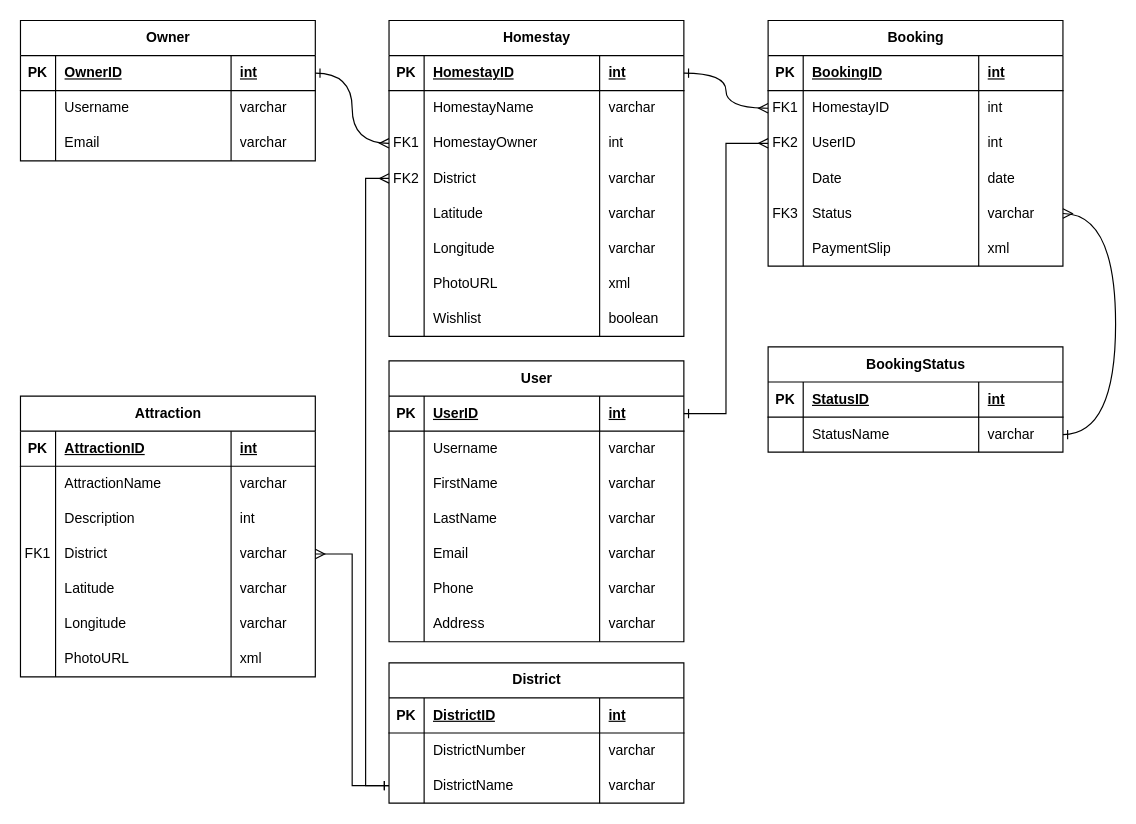
Earlier version of the draw.io diagram Untitled Diagram.drawio (thunwara/BanPinExploreDocument). Source tidied: cells renumbered, new cells numbered last; positions are measured from the earlier drawing's top-left corner, leaving out a move shared by most shapes. Both pictures are drawn from the tidied source at 117%, with x=0, y=0 at pixel (20, 20).
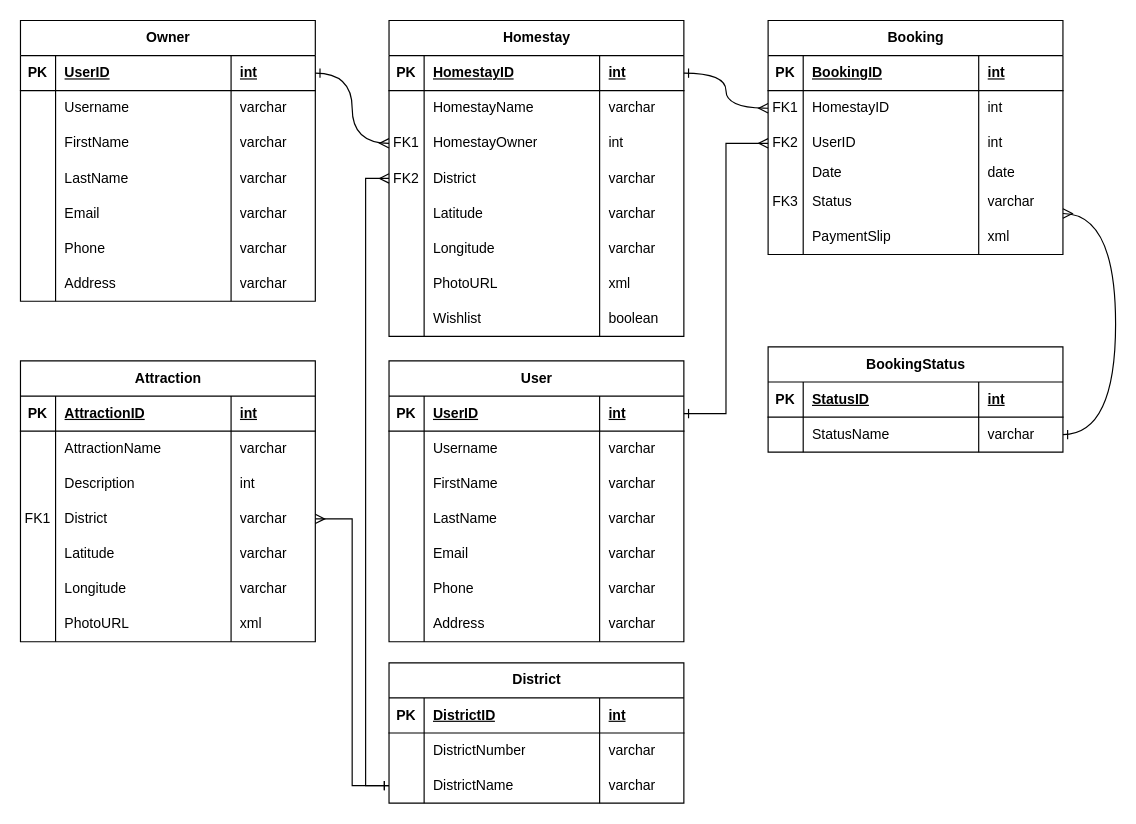
The same diagram, later.

What changed in the source:
```diff
@@
     <mxCell id="35" value="Booking" style="shape=table;startSize=30;childLayout=tableLayout;rowLines=0;fontStyle=1;align=center;html=1;" parent="1" vertex="1">
-      <mxGeometry x="639" width="252" height="210" as="geometry" />
+      <mxGeometry x="639" width="252" height="200" as="geometry" />
     </mxCell>
@@
     <mxCell id="48" style="shape=tableRow;horizontal=0;startSize=0;swimlaneHead=0;swimlaneBody=0;fillColor=none;top=0;left=0;right=0;bottom=0;" parent="35" vertex="1">
-      <mxGeometry y="120" width="252" height="30" as="geometry" />
+      <mxGeometry y="120" width="252" height="20" as="geometry" />
     </mxCell>
     <mxCell id="49" style="shape=partialRectangle;fillColor=none;top=0;left=0;bottom=0;right=0;overflow=hidden;whiteSpace=wrap;html=1;" parent="48" vertex="1">
-      <mxGeometry width="30" height="30" as="geometry" />
+      <mxGeometry width="30" height="20" as="geometry" />
     </mxCell>
     <mxCell id="50" value="Date" style="shape=partialRectangle;fillColor=none;top=0;left=0;bottom=0;right=0;align=left;spacingLeft=6;overflow=hidden;whiteSpace=wrap;html=1;" parent="48" vertex="1">
-      <mxGeometry x="30" width="150" height="30" as="geometry" />
+      <mxGeometry x="30" width="150" height="20" as="geometry" />
     </mxCell>
     <mxCell id="51" value="date" style="shape=partialRectangle;fillColor=none;top=0;left=0;bottom=0;right=0;align=left;spacingLeft=6;overflow=hidden;whiteSpace=wrap;html=1;" parent="48" vertex="1">
-      <mxGeometry x="180" width="72" height="30" as="geometry" />
+      <mxGeometry x="180" width="72" height="20" as="geometry" />
     </mxCell>
     <mxCell id="52" style="shape=tableRow;horizontal=0;startSize=0;swimlaneHead=0;swimlaneBody=0;fillColor=none;points=[[0,0.5],[1,0.5]];portConstraint=eastwest;top=0;left=0;right=0;bottom=0;" parent="35" vertex="1">
-      <mxGeometry y="150" width="252" height="30" as="geometry" />
+      <mxGeometry y="140" width="252" height="30" as="geometry" />
     </mxCell>
@@
     <mxCell id="56" style="shape=tableRow;horizontal=0;startSize=0;swimlaneHead=0;swimlaneBody=0;fillColor=none;top=0;left=0;right=0;bottom=0;" parent="35" vertex="1">
-      <mxGeometry y="180" width="252" height="30" as="geometry" />
+      <mxGeometry y="170" width="252" height="30" as="geometry" />
     </mxCell>
@@
     <mxCell id="60" value="Attraction" style="shape=table;startSize=30;childLayout=tableLayout;rowLines=0;fontStyle=1;align=center;html=1;" parent="1" vertex="1">
-      <mxGeometry y="321" width="252" height="240" as="geometry" />
+      <mxGeometry y="291" width="252" height="240" as="geometry" />
     </mxCell>
@@
-    <mxCell id="89" value="Owner" style="shape=table;startSize=30;childLayout=tableLayout;rowLines=0;fontStyle=1;align=center;html=1;" parent="1" vertex="1">
-      <mxGeometry width="252" height="120" as="geometry" />
-    </mxCell>
-    <mxCell id="90" style="shape=tableRow;horizontal=0;startSize=0;swimlaneHead=0;swimlaneBody=0;fillColor=none;points=[[0,0.5],[1,0.5]];portConstraint=eastwest;top=0;left=0;right=0;bottom=1;" parent="89" vertex="1">
-      <mxGeometry y="30" width="252" height="30" as="geometry" />
-    </mxCell>
-    <mxCell id="91" value="PK" style="shape=partialRectangle;fillColor=none;top=0;left=0;bottom=0;right=0;fontStyle=1;overflow=hidden;whiteSpace=wrap;html=1;" parent="90" vertex="1">
-      <mxGeometry width="30" height="30" as="geometry" />
-    </mxCell>
-    <mxCell id="92" value="OwnerID" style="shape=partialRectangle;fillColor=none;top=0;left=0;bottom=0;right=0;align=left;spacingLeft=6;fontStyle=5;overflow=hidden;whiteSpace=wrap;html=1;" parent="90" vertex="1">
-      <mxGeometry x="30" width="150" height="30" as="geometry" />
-    </mxCell>
-    <mxCell id="93" value="int" style="shape=partialRectangle;fillColor=none;top=0;left=0;bottom=0;right=0;align=left;spacingLeft=6;fontStyle=5;overflow=hidden;whiteSpace=wrap;html=1;" parent="90" vertex="1">
-      <mxGeometry x="180" width="72" height="30" as="geometry" />
-    </mxCell>
-    <mxCell id="94" style="shape=tableRow;horizontal=0;startSize=0;swimlaneHead=0;swimlaneBody=0;fillColor=none;top=0;left=0;right=0;bottom=0;" parent="89" vertex="1">
-      <mxGeometry y="60" width="252" height="30" as="geometry" />
-    </mxCell>
-    <mxCell id="95" style="shape=partialRectangle;fillColor=none;top=0;left=0;bottom=0;right=0;overflow=hidden;whiteSpace=wrap;html=1;" parent="94" vertex="1">
-      <mxGeometry width="30" height="30" as="geometry" />
-    </mxCell>
-    <mxCell id="96" value="Username" style="shape=partialRectangle;fillColor=none;top=0;left=0;bottom=0;right=0;align=left;spacingLeft=6;overflow=hidden;whiteSpace=wrap;html=1;" parent="94" vertex="1">
-      <mxGeometry x="30" width="150" height="30" as="geometry" />
-    </mxCell>
-    <mxCell id="97" value="varchar" style="shape=partialRectangle;fillColor=none;top=0;left=0;bottom=0;right=0;align=left;spacingLeft=6;overflow=hidden;whiteSpace=wrap;html=1;" parent="94" vertex="1">
-      <mxGeometry x="180" width="72" height="30" as="geometry" />
-    </mxCell>
-    <mxCell id="98" style="shape=tableRow;horizontal=0;startSize=0;swimlaneHead=0;swimlaneBody=0;fillColor=none;top=0;left=0;right=0;bottom=0;" parent="89" vertex="1">
-      <mxGeometry y="90" width="252" height="30" as="geometry" />
-    </mxCell>
-    <mxCell id="99" style="shape=partialRectangle;fillColor=none;top=0;left=0;bottom=0;right=0;overflow=hidden;whiteSpace=wrap;html=1;" parent="98" vertex="1">
-      <mxGeometry width="30" height="30" as="geometry" />
-    </mxCell>
-    <mxCell id="100" value="Email" style="shape=partialRectangle;fillColor=none;top=0;left=0;bottom=0;right=0;align=left;spacingLeft=6;overflow=hidden;whiteSpace=wrap;html=1;" parent="98" vertex="1">
-      <mxGeometry x="30" width="150" height="30" as="geometry" />
-    </mxCell>
-    <mxCell id="101" value="varchar" style="shape=partialRectangle;fillColor=none;top=0;left=0;bottom=0;right=0;align=left;spacingLeft=6;overflow=hidden;whiteSpace=wrap;html=1;" parent="98" vertex="1">
-      <mxGeometry x="180" width="72" height="30" as="geometry" />
-    </mxCell>
@@
+    <mxCell id="89" value="Owner" style="shape=table;startSize=30;childLayout=tableLayout;rowLines=0;fontStyle=1;align=center;html=1;" parent="1" vertex="1">
+      <mxGeometry width="252" height="240" as="geometry" />
+    </mxCell>
+    <mxCell id="90" style="shape=tableRow;horizontal=0;startSize=0;swimlaneHead=0;swimlaneBody=0;fillColor=none;points=[[0,0.5],[1,0.5]];portConstraint=eastwest;top=0;left=0;right=0;bottom=1;" parent="89" vertex="1">
+      <mxGeometry y="30" width="252" height="30" as="geometry" />
+    </mxCell>
+    <mxCell id="91" value="PK" style="shape=partialRectangle;fillColor=none;top=0;left=0;bottom=0;right=0;fontStyle=1;overflow=hidden;whiteSpace=wrap;html=1;" parent="90" vertex="1">
+      <mxGeometry width="30" height="30" as="geometry" />
+    </mxCell>
+    <mxCell id="159" value="UserID" style="shape=partialRectangle;fillColor=none;top=0;left=0;bottom=0;right=0;align=left;spacingLeft=6;fontStyle=5;overflow=hidden;whiteSpace=wrap;html=1;" parent="90" vertex="1">
+      <mxGeometry x="30" width="150" height="30" as="geometry" />
+    </mxCell>
+    <mxCell id="93" value="int" style="shape=partialRectangle;fillColor=none;top=0;left=0;bottom=0;right=0;align=left;spacingLeft=6;fontStyle=5;overflow=hidden;whiteSpace=wrap;html=1;" parent="90" vertex="1">
+      <mxGeometry x="180" width="72" height="30" as="geometry" />
+    </mxCell>
+    <mxCell id="94" style="shape=tableRow;horizontal=0;startSize=0;swimlaneHead=0;swimlaneBody=0;fillColor=none;top=0;left=0;right=0;bottom=0;" parent="89" vertex="1">
+      <mxGeometry y="60" width="252" height="30" as="geometry" />
+    </mxCell>
+    <mxCell id="160" style="shape=partialRectangle;fillColor=none;top=0;left=0;bottom=0;right=0;overflow=hidden;whiteSpace=wrap;html=1;" parent="94" vertex="1">
+      <mxGeometry width="30" height="30" as="geometry" />
+    </mxCell>
+    <mxCell id="96" value="Username" style="shape=partialRectangle;fillColor=none;top=0;left=0;bottom=0;right=0;align=left;spacingLeft=6;overflow=hidden;whiteSpace=wrap;html=1;" parent="94" vertex="1">
+      <mxGeometry x="30" width="150" height="30" as="geometry" />
+    </mxCell>
+    <mxCell id="161" value="varchar" style="shape=partialRectangle;fillColor=none;top=0;left=0;bottom=0;right=0;align=left;spacingLeft=6;overflow=hidden;whiteSpace=wrap;html=1;" parent="94" vertex="1">
+      <mxGeometry x="180" width="72" height="30" as="geometry" />
+    </mxCell>
+    <mxCell id="98" style="shape=tableRow;horizontal=0;startSize=0;swimlaneHead=0;swimlaneBody=0;fillColor=none;top=0;left=0;right=0;bottom=0;" parent="89" vertex="1">
+      <mxGeometry y="90" width="252" height="30" as="geometry" />
+    </mxCell>
+    <mxCell id="162" style="shape=partialRectangle;fillColor=none;top=0;left=0;bottom=0;right=0;overflow=hidden;whiteSpace=wrap;html=1;" parent="98" vertex="1">
+      <mxGeometry width="30" height="30" as="geometry" />
+    </mxCell>
+    <mxCell id="163" value="FirstName" style="shape=partialRectangle;fillColor=none;top=0;left=0;bottom=0;right=0;align=left;spacingLeft=6;overflow=hidden;whiteSpace=wrap;html=1;" parent="98" vertex="1">
+      <mxGeometry x="30" width="150" height="30" as="geometry" />
+    </mxCell>
+    <mxCell id="164" value="varchar" style="shape=partialRectangle;fillColor=none;top=0;left=0;bottom=0;right=0;align=left;spacingLeft=6;overflow=hidden;whiteSpace=wrap;html=1;" parent="98" vertex="1">
+      <mxGeometry x="180" width="72" height="30" as="geometry" />
+    </mxCell>
+    <mxCell id="165" style="shape=tableRow;horizontal=0;startSize=0;swimlaneHead=0;swimlaneBody=0;fillColor=none;top=0;left=0;right=0;bottom=0;" parent="89" vertex="1">
+      <mxGeometry y="120" width="252" height="30" as="geometry" />
+    </mxCell>
+    <mxCell id="166" style="shape=partialRectangle;fillColor=none;top=0;left=0;bottom=0;right=0;overflow=hidden;whiteSpace=wrap;html=1;" parent="165" vertex="1">
+      <mxGeometry width="30" height="30" as="geometry" />
+    </mxCell>
+    <mxCell id="167" value="LastName" style="shape=partialRectangle;fillColor=none;top=0;left=0;bottom=0;right=0;align=left;spacingLeft=6;overflow=hidden;whiteSpace=wrap;html=1;" parent="165" vertex="1">
+      <mxGeometry x="30" width="150" height="30" as="geometry" />
+    </mxCell>
+    <mxCell id="168" value="varchar" style="shape=partialRectangle;fillColor=none;top=0;left=0;bottom=0;right=0;align=left;spacingLeft=6;overflow=hidden;whiteSpace=wrap;html=1;" parent="165" vertex="1">
+      <mxGeometry x="180" width="72" height="30" as="geometry" />
+    </mxCell>
+    <mxCell id="169" style="shape=tableRow;horizontal=0;startSize=0;swimlaneHead=0;swimlaneBody=0;fillColor=none;top=0;left=0;right=0;bottom=0;" parent="89" vertex="1">
+      <mxGeometry y="150" width="252" height="30" as="geometry" />
+    </mxCell>
+    <mxCell id="170" style="shape=partialRectangle;fillColor=none;top=0;left=0;bottom=0;right=0;overflow=hidden;whiteSpace=wrap;html=1;" parent="169" vertex="1">
+      <mxGeometry width="30" height="30" as="geometry" />
+    </mxCell>
+    <mxCell id="100" value="Email" style="shape=partialRectangle;fillColor=none;top=0;left=0;bottom=0;right=0;align=left;spacingLeft=6;overflow=hidden;whiteSpace=wrap;html=1;" parent="169" vertex="1">
+      <mxGeometry x="30" width="150" height="30" as="geometry" />
+    </mxCell>
+    <mxCell id="171" value="varchar" style="shape=partialRectangle;fillColor=none;top=0;left=0;bottom=0;right=0;align=left;spacingLeft=6;overflow=hidden;whiteSpace=wrap;html=1;" parent="169" vertex="1">
+      <mxGeometry x="180" width="72" height="30" as="geometry" />
+    </mxCell>
+    <mxCell id="172" style="shape=tableRow;horizontal=0;startSize=0;swimlaneHead=0;swimlaneBody=0;fillColor=none;top=0;left=0;right=0;bottom=0;" parent="89" vertex="1">
+      <mxGeometry y="180" width="252" height="30" as="geometry" />
+    </mxCell>
+    <mxCell id="173" style="shape=partialRectangle;fillColor=none;top=0;left=0;bottom=0;right=0;overflow=hidden;whiteSpace=wrap;html=1;" parent="172" vertex="1">
+      <mxGeometry width="30" height="30" as="geometry" />
+    </mxCell>
+    <mxCell id="174" value="Phone" style="shape=partialRectangle;fillColor=none;top=0;left=0;bottom=0;right=0;align=left;spacingLeft=6;overflow=hidden;whiteSpace=wrap;html=1;" parent="172" vertex="1">
+      <mxGeometry x="30" width="150" height="30" as="geometry" />
+    </mxCell>
+    <mxCell id="175" value="varchar" style="shape=partialRectangle;fillColor=none;top=0;left=0;bottom=0;right=0;align=left;spacingLeft=6;overflow=hidden;whiteSpace=wrap;html=1;" parent="172" vertex="1">
+      <mxGeometry x="180" width="72" height="30" as="geometry" />
+    </mxCell>
+    <mxCell id="176" style="shape=tableRow;horizontal=0;startSize=0;swimlaneHead=0;swimlaneBody=0;fillColor=none;top=0;left=0;right=0;bottom=0;" parent="89" vertex="1">
+      <mxGeometry y="210" width="252" height="30" as="geometry" />
+    </mxCell>
+    <mxCell id="177" style="shape=partialRectangle;fillColor=none;top=0;left=0;bottom=0;right=0;overflow=hidden;whiteSpace=wrap;html=1;" parent="176" vertex="1">
+      <mxGeometry width="30" height="30" as="geometry" />
+    </mxCell>
+    <mxCell id="178" value="Address" style="shape=partialRectangle;fillColor=none;top=0;left=0;bottom=0;right=0;align=left;spacingLeft=6;overflow=hidden;whiteSpace=wrap;html=1;" parent="176" vertex="1">
+      <mxGeometry x="30" width="150" height="30" as="geometry" />
+    </mxCell>
+    <mxCell id="179" value="varchar" style="shape=partialRectangle;fillColor=none;top=0;left=0;bottom=0;right=0;align=left;spacingLeft=6;overflow=hidden;whiteSpace=wrap;html=1;" parent="176" vertex="1">
+      <mxGeometry x="180" width="72" height="30" as="geometry" />
+    </mxCell>
```
